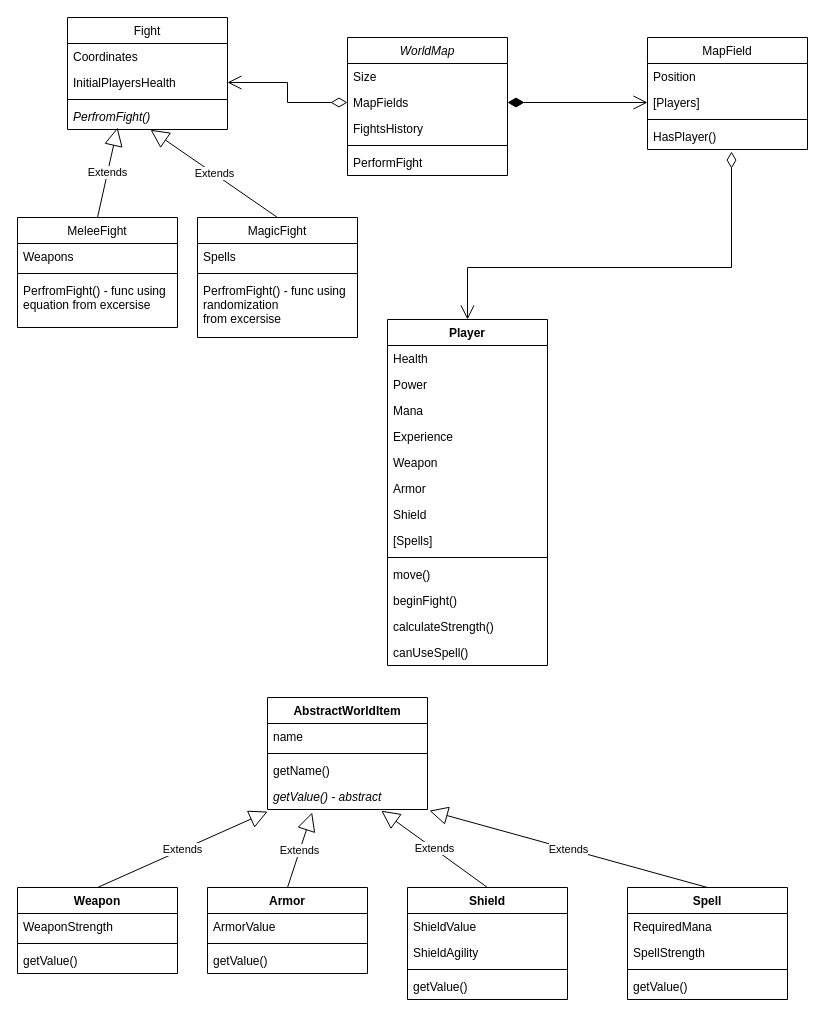
This is PO1.drawio from Piotreqsl/oolab, a draw.io file, before an edit. Source tidied: cells renumbered, new cells numbered last; positions are measured from the earlier drawing's top-left corner, leaving out a move shared by most shapes. Both pictures are drawn from the tidied source at 100%, with x=0, y=0 at pixel (17, 17).
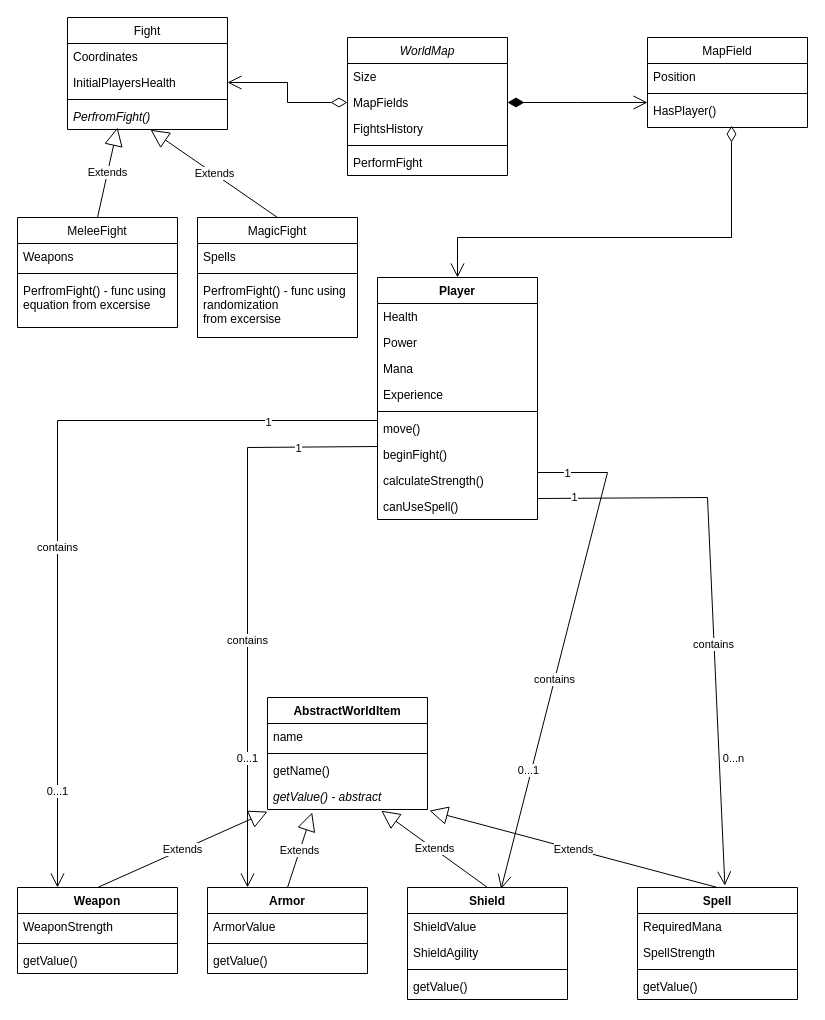
Above is the later version.

Unchanged cells that the change refers to:
```xml
<mxCell id="4" value="MapFields" style="text;align=left;verticalAlign=top;spacingLeft=4;spacingRight=4;overflow=hidden;points=[[0,0.5],[1,0.5]];portConstraint=eastwest;rounded=0;shadow=0;html=0;" parent="2" vertex="1">
  <mxGeometry y="52" width="160" height="26" as="geometry" />
</mxCell>
<mxCell id="53" value="Weapon" style="swimlane;fontStyle=1;align=center;verticalAlign=top;horizontal=1;startSize=26;" parent="1" vertex="1">
  <mxGeometry y="870" width="160" height="86" as="geometry" />
</mxCell>
<mxCell id="57" value="Armor" style="swimlane;fontStyle=1;align=center;verticalAlign=top;horizontal=1;startSize=26;" parent="1" vertex="1">
  <mxGeometry x="190" y="870" width="160" height="86" as="geometry" />
</mxCell>
<mxCell id="61" value="Shield" style="swimlane;fontStyle=1;align=center;verticalAlign=top;horizontal=1;startSize=26;" parent="1" vertex="1">
  <mxGeometry x="390" y="870" width="160" height="112" as="geometry" />
</mxCell>
```

What changed in the source:
```diff
@@
     <mxCell id="8" value="MapField" style="swimlane;fontStyle=0;align=center;verticalAlign=top;horizontal=1;startSize=26;rounded=0;shadow=0;strokeWidth=1;" parent="1" vertex="1">
-      <mxGeometry x="630" y="20" width="160" height="112" as="geometry" />
+      <mxGeometry x="630" y="20" width="160" height="90" as="geometry" />
     </mxCell>
@@
-    <mxCell id="10" value="[Players]" style="text;align=left;verticalAlign=top;spacingLeft=4;spacingRight=4;overflow=hidden;points=[[0,0.5],[1,0.5]];portConstraint=eastwest;" parent="8" vertex="1">
-      <mxGeometry y="52" width="160" height="26" as="geometry" />
-    </mxCell>
     <mxCell id="11" style="line;html=1;strokeWidth=1;align=left;verticalAlign=middle;spacingTop=-1;spacingLeft=3;spacingRight=3;labelPosition=right;" parent="8" vertex="1">
-      <mxGeometry y="78" width="160" height="8" as="geometry" />
+      <mxGeometry y="52" width="160" height="8" as="geometry" />
     </mxCell>
     <mxCell id="12" value="HasPlayer()" style="text;align=left;verticalAlign=top;spacingLeft=4;spacingRight=4;overflow=hidden;points=[[0,0.5],[1,0.5]];portConstraint=eastwest;" parent="8" vertex="1">
-      <mxGeometry y="86" width="160" height="26" as="geometry" />
+      <mxGeometry y="60" width="160" height="26" as="geometry" />
     </mxCell>
     <mxCell id="13" value="Player" style="swimlane;fontStyle=1;align=center;verticalAlign=top;horizontal=1;startSize=26;" parent="1" vertex="1">
-      <mxGeometry x="370" y="302" width="160" height="346" as="geometry" />
+      <mxGeometry x="360" y="260" width="160" height="242" as="geometry" />
     </mxCell>
@@
-    <mxCell id="18" value="Weapon" style="text;strokeColor=none;fillColor=none;align=left;verticalAlign=top;spacingLeft=4;spacingRight=4;overflow=hidden;" parent="13" vertex="1">
-      <mxGeometry y="130" width="160" height="26" as="geometry" />
-    </mxCell>
-    <mxCell id="19" value="Armor" style="text;strokeColor=none;fillColor=none;align=left;verticalAlign=top;spacingLeft=4;spacingRight=4;overflow=hidden;" parent="13" vertex="1">
-      <mxGeometry y="156" width="160" height="26" as="geometry" />
-    </mxCell>
-    <mxCell id="20" value="Shield" style="text;strokeColor=none;fillColor=none;align=left;verticalAlign=top;spacingLeft=4;spacingRight=4;overflow=hidden;" parent="13" vertex="1">
-      <mxGeometry y="182" width="160" height="26" as="geometry" />
-    </mxCell>
-    <mxCell id="21" value="[Spells]" style="text;strokeColor=none;fillColor=none;align=left;verticalAlign=top;spacingLeft=4;spacingRight=4;overflow=hidden;" parent="13" vertex="1">
-      <mxGeometry y="208" width="160" height="26" as="geometry" />
-    </mxCell>
     <mxCell id="22" style="line;strokeWidth=1;fillColor=none;align=left;verticalAlign=middle;spacingTop=-1;spacingLeft=3;spacingRight=3;labelPosition=right;strokeColor=inherit;" parent="13" vertex="1">
-      <mxGeometry y="234" width="160" height="8" as="geometry" />
+      <mxGeometry y="130" width="160" height="8" as="geometry" />
     </mxCell>
     <mxCell id="23" value="move()" style="text;strokeColor=none;fillColor=none;align=left;verticalAlign=top;spacingLeft=4;spacingRight=4;overflow=hidden;" parent="13" vertex="1">
-      <mxGeometry y="242" width="160" height="26" as="geometry" />
+      <mxGeometry y="138" width="160" height="26" as="geometry" />
     </mxCell>
     <mxCell id="24" value="beginFight()" style="text;strokeColor=none;fillColor=none;align=left;verticalAlign=top;spacingLeft=4;spacingRight=4;overflow=hidden;" parent="13" vertex="1">
-      <mxGeometry y="268" width="160" height="26" as="geometry" />
+      <mxGeometry y="164" width="160" height="26" as="geometry" />
     </mxCell>
     <mxCell id="25" value="calculateStrength()" style="text;strokeColor=none;fillColor=none;align=left;verticalAlign=top;spacingLeft=4;spacingRight=4;overflow=hidden;" parent="13" vertex="1">
-      <mxGeometry y="294" width="160" height="26" as="geometry" />
+      <mxGeometry y="190" width="160" height="26" as="geometry" />
     </mxCell>
     <mxCell id="26" value="canUseSpell()" style="text;strokeColor=none;fillColor=none;align=left;verticalAlign=top;spacingLeft=4;spacingRight=4;overflow=hidden;" parent="13" vertex="1">
-      <mxGeometry y="320" width="160" height="26" as="geometry" />
+      <mxGeometry y="216" width="160" height="26" as="geometry" />
     </mxCell>
@@
-    <mxCell id="46" style="endArrow=open;html=1;endSize=12;startArrow=diamondThin;startSize=14;startFill=1;edgeStyle=orthogonalEdgeStyle;align=left;verticalAlign=bottom;rounded=0;exitX=1;exitY=0.5;exitDx=0;exitDy=0;entryX=0;entryY=0.5;entryDx=0;entryDy=0;" parent="1" edge="1" source="4" target="10">
-      <mxGeometry x="-0.47" y="35" relative="1" as="geometry" />
+    <mxCell id="46" style="endArrow=open;html=1;endSize=12;startArrow=diamondThin;startSize=14;startFill=1;edgeStyle=orthogonalEdgeStyle;align=left;verticalAlign=bottom;rounded=0;exitX=1;exitY=0.5;exitDx=0;exitDy=0;entryX=0;entryY=0.5;entryDx=0;entryDy=0;" parent="1" edge="1" source="4">
+      <mxGeometry x="-0.47" y="35" relative="1" as="geometry">
+        <mxPoint x="630" y="85" as="targetPoint" />
+      </mxGeometry>
     </mxCell>
     <mxCell id="47" style="endArrow=open;html=1;endSize=12;startArrow=diamondThin;startSize=14;startFill=0;edgeStyle=orthogonalEdgeStyle;align=left;verticalAlign=bottom;rounded=0;exitX=0.525;exitY=1.081;exitDx=0;exitDy=0;exitPerimeter=0;entryX=0.5;entryY=0;entryDx=0;entryDy=0;" parent="1" edge="1" source="12" target="13">
       <mxGeometry x="-0.79" y="46" relative="1" as="geometry">
         <Array as="points">
-          <mxPoint x="714" y="250" />
-          <mxPoint x="450" y="250" />
+          <mxPoint x="714" y="220" />
+          <mxPoint x="440" y="220" />
         </Array>
       </mxGeometry>
     </mxCell>
@@
     <mxCell id="66" value="Spell" style="swimlane;fontStyle=1;align=center;verticalAlign=top;horizontal=1;startSize=26;" parent="1" vertex="1">
-      <mxGeometry x="610" y="870" width="160" height="112" as="geometry" />
+      <mxGeometry x="620" y="870" width="160" height="112" as="geometry" />
     </mxCell>
@@
+    <mxCell id="72" style="endArrow=open;endFill=1;endSize=12;html=1;rounded=0;exitX=0;exitY=0.5;exitDx=0;exitDy=0;entryX=0.25;entryY=0;entryDx=0;entryDy=0;" parent="1" edge="1" target="53">
+      <mxGeometry relative="1" as="geometry">
+        <mxPoint x="360" y="403" as="sourcePoint" />
+        <Array as="points">
+          <mxPoint x="40" y="403" />
+        </Array>
+      </mxGeometry>
+    </mxCell>
+    <mxCell id="73" value="contains" style="edgeLabel;html=1;align=center;verticalAlign=middle;" parent="72" vertex="1">
+      <mxGeometry x="0.13" y="-1" relative="1" as="geometry">
+        <mxPoint y="1" as="offset" />
+      </mxGeometry>
+    </mxCell>
+    <mxCell id="74" value="1" style="edgeLabel;html=1;align=center;verticalAlign=middle;" parent="72" vertex="1">
+      <mxGeometry x="-0.72" y="1" relative="1" as="geometry" />
+    </mxCell>
+    <mxCell id="75" value="0...1" style="edgeLabel;html=1;align=center;verticalAlign=middle;" parent="72" vertex="1">
+      <mxGeometry x="0.75" y="-1" relative="1" as="geometry">
+        <mxPoint y="1" as="offset" />
+      </mxGeometry>
+    </mxCell>
+    <mxCell id="76" style="endArrow=open;endFill=1;endSize=12;html=1;rounded=0;exitX=0;exitY=0.5;exitDx=0;exitDy=0;entryX=0.25;entryY=0;entryDx=0;entryDy=0;" parent="1" edge="1" target="57">
+      <mxGeometry relative="1" as="geometry">
+        <mxPoint x="360" y="429" as="sourcePoint" />
+        <Array as="points">
+          <mxPoint x="230" y="430" />
+        </Array>
+      </mxGeometry>
+    </mxCell>
+    <mxCell id="77" value="contains" style="edgeLabel;html=1;align=center;verticalAlign=middle;" parent="76" vertex="1">
+      <mxGeometry x="0.13" y="-1" relative="1" as="geometry">
+        <mxPoint y="1" as="offset" />
+      </mxGeometry>
+    </mxCell>
+    <mxCell id="78" value="1" style="edgeLabel;html=1;align=center;verticalAlign=middle;" parent="76" vertex="1">
+      <mxGeometry x="-0.72" y="1" relative="1" as="geometry" />
+    </mxCell>
+    <mxCell id="79" value="0...1" style="edgeLabel;html=1;align=center;verticalAlign=middle;" parent="76" vertex="1">
+      <mxGeometry x="0.75" y="-1" relative="1" as="geometry">
+        <mxPoint y="-58" as="offset" />
+      </mxGeometry>
+    </mxCell>
+    <mxCell id="80" style="endArrow=open;endFill=1;endSize=12;html=1;rounded=0;exitX=1;exitY=0.5;exitDx=0;exitDy=0;entryX=0.585;entryY=0.013;entryDx=0;entryDy=0;entryPerimeter=0;" parent="1" edge="1" target="61">
+      <mxGeometry relative="1" as="geometry">
+        <mxPoint x="520" y="455" as="sourcePoint" />
+        <Array as="points">
+          <mxPoint x="590" y="455" />
+        </Array>
+      </mxGeometry>
+    </mxCell>
+    <mxCell id="81" value="contains" style="edgeLabel;html=1;align=center;verticalAlign=middle;" parent="80" vertex="1">
+      <mxGeometry x="0.13" y="-1" relative="1" as="geometry">
+        <mxPoint y="1" as="offset" />
+      </mxGeometry>
+    </mxCell>
+    <mxCell id="82" value="1" style="edgeLabel;html=1;align=center;verticalAlign=middle;" parent="80" vertex="1">
+      <mxGeometry x="-0.72" y="1" relative="1" as="geometry">
+        <mxPoint x="-41" as="offset" />
+      </mxGeometry>
+    </mxCell>
+    <mxCell id="83" value="0...1" style="edgeLabel;html=1;align=center;verticalAlign=middle;" parent="80" vertex="1">
+      <mxGeometry x="0.75" y="-1" relative="1" as="geometry">
+        <mxPoint x="12" y="-58" as="offset" />
+      </mxGeometry>
+    </mxCell>
+    <mxCell id="84" style="endArrow=open;endFill=1;endSize=12;html=1;rounded=0;exitX=1;exitY=0.5;exitDx=0;exitDy=0;entryX=0.546;entryY=-0.017;entryDx=0;entryDy=0;entryPerimeter=0;" parent="1" edge="1" target="66">
+      <mxGeometry relative="1" as="geometry">
+        <mxPoint x="520" y="481" as="sourcePoint" />
+        <Array as="points">
+          <mxPoint x="690" y="480" />
+        </Array>
+      </mxGeometry>
+    </mxCell>
+    <mxCell id="85" value="contains" style="edgeLabel;html=1;align=center;verticalAlign=middle;" parent="84" vertex="1">
+      <mxGeometry x="0.13" y="-1" relative="1" as="geometry">
+        <mxPoint y="1" as="offset" />
+      </mxGeometry>
+    </mxCell>
+    <mxCell id="86" value="1" style="edgeLabel;html=1;align=center;verticalAlign=middle;" parent="84" vertex="1">
+      <mxGeometry x="-0.72" y="1" relative="1" as="geometry">
+        <mxPoint x="-41" as="offset" />
+      </mxGeometry>
+    </mxCell>
+    <mxCell id="87" value="0...n" style="edgeLabel;html=1;align=center;verticalAlign=middle;" parent="84" vertex="1">
+      <mxGeometry x="0.75" y="-1" relative="1" as="geometry">
+        <mxPoint x="12" y="-58" as="offset" />
+      </mxGeometry>
+    </mxCell>
```
